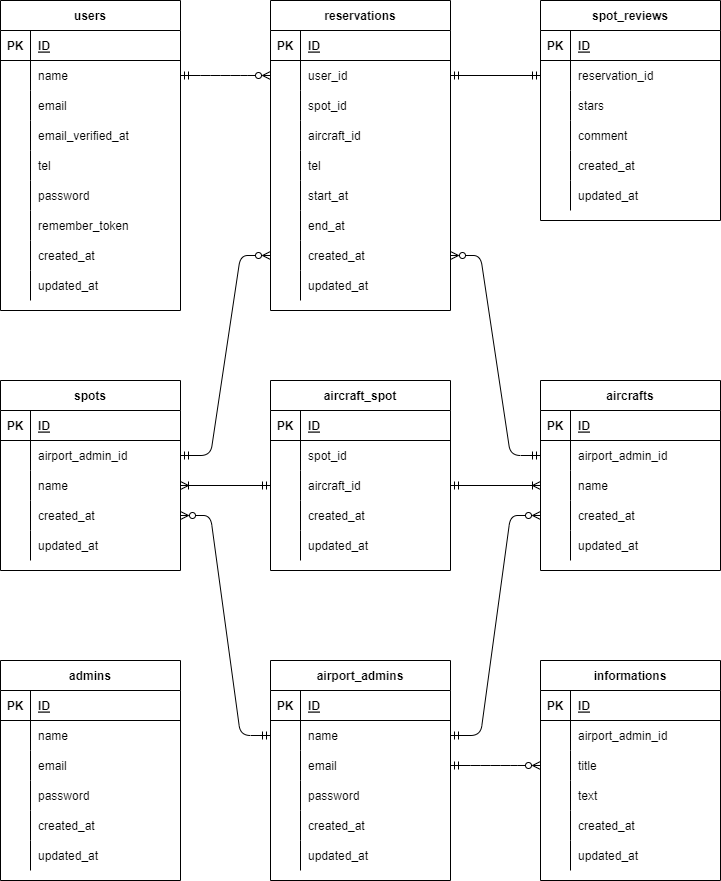
This is ER.drawio.png from doingen/spottle, a draw.io export, as it was before one commit. Source tidied: cells renumbered, new cells last; positions are measured from the earlier drawing's top-left corner, leaving out a move shared by most shapes.
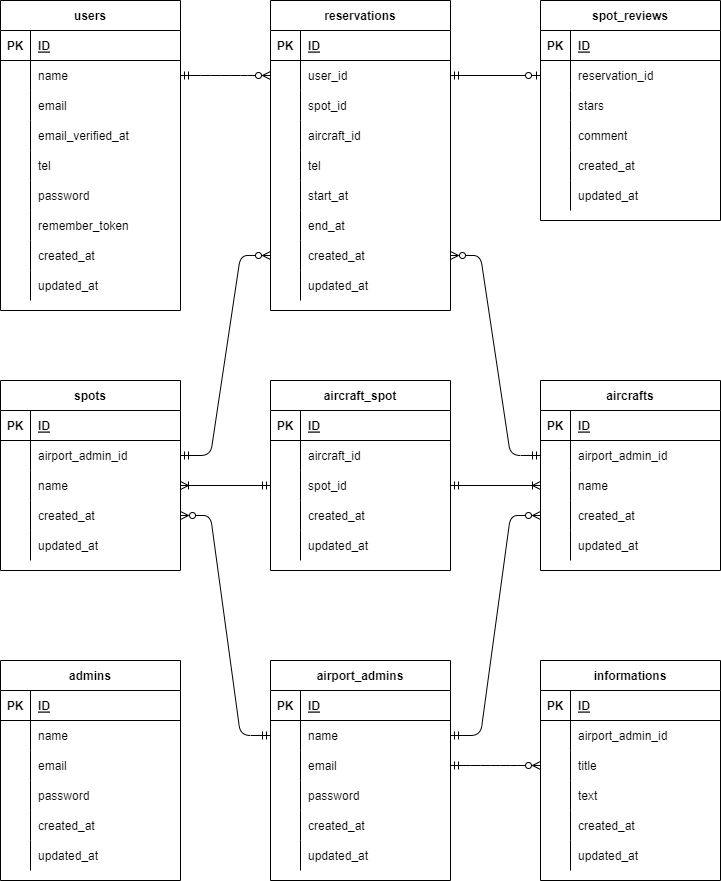
Later version of the same file.

The edit, as a diff of the source:
```diff
@@ -500,7 +500,7 @@
     <mxCell id="167" style="edgeStyle=entityRelationEdgeStyle;fontSize=12;html=1;endArrow=ERzeroToMany;startArrow=ERmandOne;entryX=0;entryY=0.5;entryDx=0;entryDy=0;endFill=0;exitX=1;exitY=0.5;exitDx=0;exitDy=0;" parent="1" edge="1" source="72" target="125">
       <mxGeometry relative="1" as="geometry" />
     </mxCell>
-    <mxCell id="168" style="fontSize=12;html=1;endArrow=ERmandOne;startArrow=ERmandOne;endFill=0;exitX=1;exitY=0.5;exitDx=0;exitDy=0;entryX=0;entryY=0.5;entryDx=0;entryDy=0;" parent="1" edge="1" source="107" target="88">
+    <mxCell id="168" style="fontSize=12;html=1;endArrow=ERzeroToOne;startArrow=ERmandOne;endFill=0;exitX=1;exitY=0.5;exitDx=0;exitDy=0;entryX=0;entryY=0.5;entryDx=0;entryDy=0;" parent="1" edge="1" source="107" target="88">
       <mxGeometry relative="1" as="geometry" />
     </mxCell>
     <mxCell id="169" style="edgeStyle=entityRelationEdgeStyle;fontSize=12;html=1;endArrow=ERzeroToMany;startArrow=ERmandOne;endFill=0;exitX=1;exitY=0.5;exitDx=0;exitDy=0;" parent="1" edge="1" source="37">
@@ -529,7 +529,7 @@
     <mxCell id="176" style="shape=partialRectangle;fillColor=none;top=0;left=0;bottom=0;right=0;overflow=hidden;" parent="175" vertex="1">
       <mxGeometry width="30" height="30" as="geometry" />
     </mxCell>
-    <mxCell id="177" value="spot_id" style="shape=partialRectangle;fillColor=none;top=0;left=0;bottom=0;right=0;align=left;spacingLeft=6;overflow=hidden;" parent="175" vertex="1">
+    <mxCell id="177" value="aircraft_id" style="shape=partialRectangle;fillColor=none;top=0;left=0;bottom=0;right=0;align=left;spacingLeft=6;overflow=hidden;" parent="175" vertex="1">
       <mxGeometry x="30" width="150" height="30" as="geometry" />
     </mxCell>
     <mxCell id="178" style="shape=partialRectangle;fillColor=none;top=0;left=0;bottom=0;right=0;points=[[0,0.5],[1,0.5]];portConstraint=eastwest;" parent="171" vertex="1">
@@ -538,7 +538,7 @@
     <mxCell id="179" style="shape=partialRectangle;fillColor=none;top=0;left=0;bottom=0;right=0;overflow=hidden;" parent="178" vertex="1">
       <mxGeometry width="30" height="30" as="geometry" />
     </mxCell>
-    <mxCell id="180" value="aircraft_id" style="shape=partialRectangle;fillColor=none;top=0;left=0;bottom=0;right=0;align=left;spacingLeft=6;overflow=hidden;" parent="178" vertex="1">
+    <mxCell id="180" value="spot_id" style="shape=partialRectangle;fillColor=none;top=0;left=0;bottom=0;right=0;align=left;spacingLeft=6;overflow=hidden;" parent="178" vertex="1">
       <mxGeometry x="30" width="150" height="30" as="geometry" />
     </mxCell>
     <mxCell id="181" style="shape=partialRectangle;fillColor=none;top=0;left=0;bottom=0;right=0;" parent="171" vertex="1">
```
